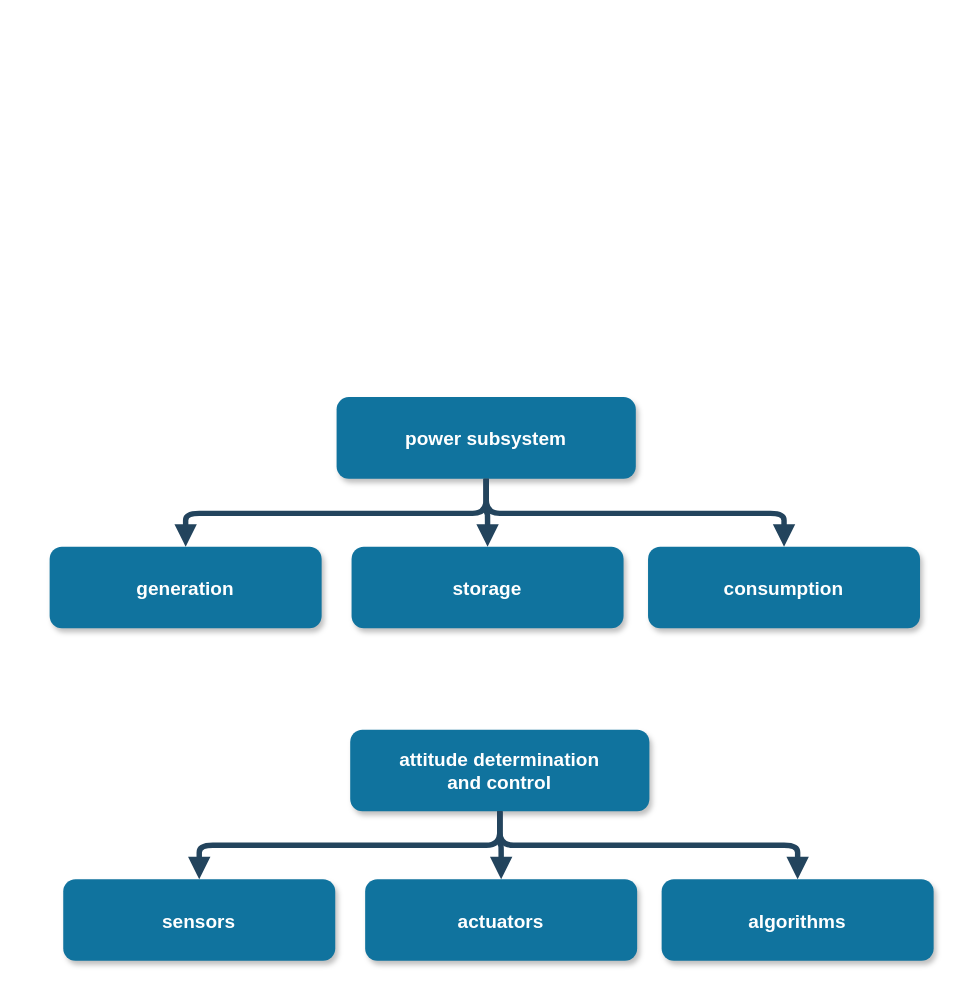
Before: Untitled Diagram.drawio in JanThoemel/matlabfunctions, a draw.io diagram. Source tidied: cells renumbered, new cells numbered last; positions are measured from the earlier drawing's top-left corner, leaving out a move shared by most shapes. Both pictures are drawn from the tidied source at 136%, with x=0, y=0 at pixel (49, 397).
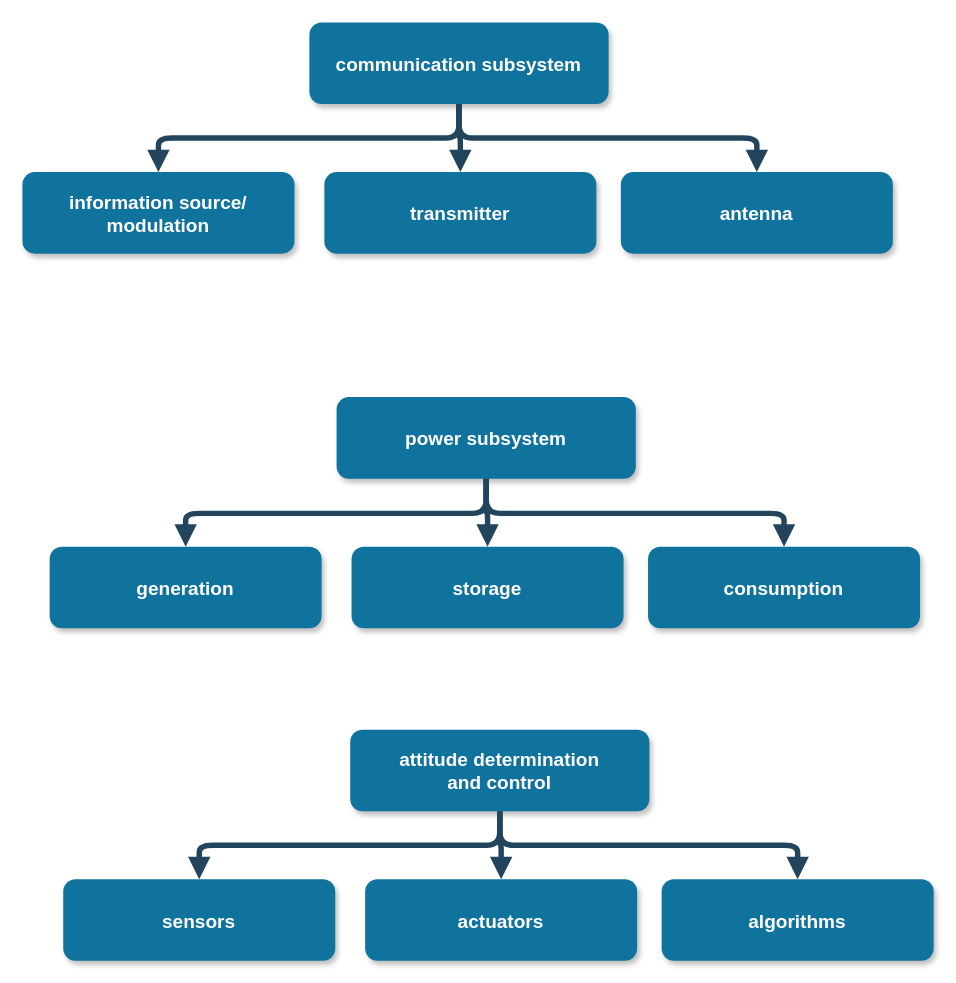
Above is the later version.

What changed in the source:
```diff
@@
+    <mxCell id="16" value="communication subsystem" style="rounded=1;fillColor=#10739E;strokeColor=none;shadow=1;gradientColor=none;fontStyle=1;fontColor=#FFFFFF;fontSize=14;" parent="1" vertex="1">
+      <mxGeometry x="191" y="-276" width="220" height="60" as="geometry" />
+    </mxCell>
+    <mxCell id="17" value="information source/&#10;modulation" style="rounded=1;fillColor=#10739E;strokeColor=none;shadow=1;gradientColor=none;fontStyle=1;fontColor=#FFFFFF;fontSize=14;" parent="1" vertex="1">
+      <mxGeometry x="-20" y="-166" width="200" height="60" as="geometry" />
+    </mxCell>
+    <mxCell id="18" value="transmitter" style="rounded=1;fillColor=#10739E;strokeColor=none;shadow=1;gradientColor=none;fontStyle=1;fontColor=#FFFFFF;fontSize=14;" parent="1" vertex="1">
+      <mxGeometry x="202" y="-166" width="200" height="60" as="geometry" />
+    </mxCell>
+    <mxCell id="19" value="antenna" style="rounded=1;fillColor=#10739E;strokeColor=none;shadow=1;gradientColor=none;fontStyle=1;fontColor=#FFFFFF;fontSize=14;" parent="1" vertex="1">
+      <mxGeometry x="420" y="-166" width="200" height="60" as="geometry" />
+    </mxCell>
+    <mxCell id="20" style="edgeStyle=elbowEdgeStyle;elbow=vertical;strokeWidth=4;endArrow=block;endFill=1;fontStyle=1;strokeColor=#23445D;" parent="1" edge="1" source="16" target="18">
+      <mxGeometry x="2" y="-110" as="geometry" />
+    </mxCell>
+    <mxCell id="21" style="edgeStyle=elbowEdgeStyle;elbow=vertical;strokeWidth=4;endArrow=block;endFill=1;fontStyle=1;strokeColor=#23445D;" parent="1" edge="1" source="16" target="17">
+      <mxGeometry x="2" y="-110" as="geometry" />
+    </mxCell>
+    <mxCell id="22" style="edgeStyle=elbowEdgeStyle;elbow=vertical;strokeWidth=4;endArrow=block;endFill=1;fontStyle=1;strokeColor=#23445D;" parent="1" edge="1" source="16" target="19">
+      <mxGeometry x="2" y="-110" as="geometry" />
+    </mxCell>
```
